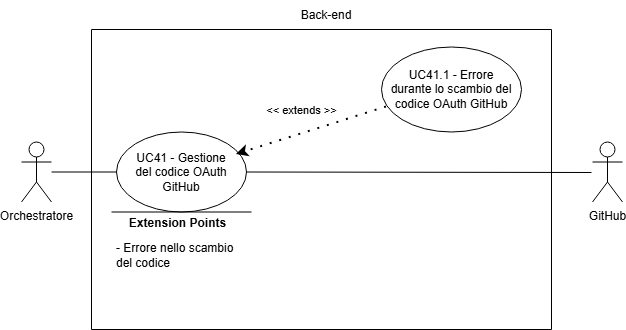
Before: assets/diagrams/UC41.png, a diagram exported from draw.io (SkarabGroup/DocumentazioneProgetto). Source tidied: cells renumbered, new cells last; positions are measured from the earlier drawing's top-left corner, leaving out a move shared by most shapes.
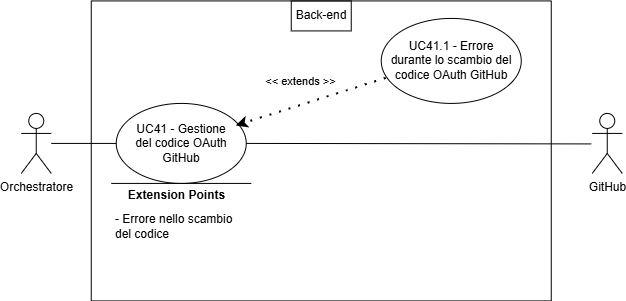
After the commit.

Diff of the diagram source:
```diff
@@ -5,40 +5,40 @@
     <mxCell id="2" value="Orchestratore" style="shape=umlActor;verticalLabelPosition=bottom;verticalAlign=top;html=1;outlineConnect=0;align=center;" parent="1" vertex="1">
       <mxGeometry y="141.5" width="30" height="60" as="geometry" />
     </mxCell>
-    <mxCell id="3" style="swimlane;startSize=0;" parent="1" vertex="1">
-      <mxGeometry x="70" y="29" width="460" height="300" as="geometry" />
-    </mxCell>
+    <mxCell id="16" style="swimlane;startSize=0;" parent="1" vertex="1">
+      <mxGeometry x="70" y="29" width="460" height="300" as="geometry" />
+    </mxCell>
-    <mxCell id="4" style="ellipse;whiteSpace=wrap;html=1;" parent="3" vertex="1">
+    <mxCell id="4" style="ellipse;whiteSpace=wrap;html=1;" parent="16" vertex="1">
       <mxGeometry x="25" y="102.5" width="130" height="80" as="geometry" />
     </mxCell>
-    <mxCell id="5" style="ellipse;whiteSpace=wrap;html=1;" parent="3" vertex="1">
+    <mxCell id="5" style="ellipse;whiteSpace=wrap;html=1;" parent="16" vertex="1">
       <mxGeometry x="290" y="17.5" width="140" height="85" as="geometry" />
     </mxCell>
-    <mxCell id="6" style="endArrow=none;html=1;rounded=0;" parent="3" edge="1">
-      <mxGeometry relative="1" as="geometry">
-        <mxPoint x="20" y="182.5" as="sourcePoint" />
-        <mxPoint x="160" y="182.5" as="targetPoint" />
-      </mxGeometry>
-    </mxCell>
+    <mxCell id="17" style="endArrow=none;html=1;rounded=0;" parent="16" edge="1">
+      <mxGeometry relative="1" as="geometry">
+        <mxPoint x="20" y="182.5" as="sourcePoint" />
+        <mxPoint x="160" y="182.5" as="targetPoint" />
+      </mxGeometry>
+    </mxCell>
-    <mxCell id="7" value="&lt;b&gt;&lt;font style=&quot;font-size: 12px;&quot;&gt;Extension Points&lt;/font&gt;&lt;/b&gt;" style="edgeLabel;html=1;align=center;verticalAlign=middle;" parent="6" vertex="1">
+    <mxCell id="7" value="&lt;b&gt;&lt;font style=&quot;font-size: 12px;&quot;&gt;Extension Points&lt;/font&gt;&lt;/b&gt;" style="edgeLabel;html=1;align=center;verticalAlign=middle;" parent="17" vertex="1">
       <mxGeometry x="0.65" relative="1" as="geometry">
         <mxPoint x="-50" y="11" as="offset" />
       </mxGeometry>
     </mxCell>
-    <mxCell id="8" value="&lt;font style=&quot;font-size: 12px;&quot;&gt;- Errore nello scambio del codice&lt;/font&gt;" style="text;html=1;align=left;verticalAlign=middle;whiteSpace=wrap;rounded=0;" parent="3" vertex="1">
+    <mxCell id="8" value="&lt;font style=&quot;font-size: 12px;&quot;&gt;- Errore nello scambio del codice&lt;/font&gt;" style="text;html=1;align=left;verticalAlign=middle;whiteSpace=wrap;rounded=0;" parent="16" vertex="1">
       <mxGeometry x="22.5" y="210.5" width="137.5" height="30" as="geometry" />
     </mxCell>
-    <mxCell id="9" value="&lt;div style=&quot;&quot;&gt;&lt;span style=&quot;background-color: transparent; color: light-dark(rgb(0, 0, 0), rgb(255, 255, 255));&quot;&gt;UC41 - Gestione del codice OAuth GitHub&lt;/span&gt;&lt;/div&gt;" style="text;html=1;align=center;verticalAlign=middle;whiteSpace=wrap;rounded=0;" parent="3" vertex="1">
+    <mxCell id="9" value="&lt;div style=&quot;&quot;&gt;&lt;span style=&quot;background-color: transparent; color: light-dark(rgb(0, 0, 0), rgb(255, 255, 255));&quot;&gt;UC41 - Gestione del codice OAuth GitHub&lt;/span&gt;&lt;/div&gt;" style="text;html=1;align=center;verticalAlign=middle;whiteSpace=wrap;rounded=0;" parent="16" vertex="1">
       <mxGeometry x="35" y="107.5" width="110" height="70" as="geometry" />
     </mxCell>
-    <mxCell id="10" value="UC41.1 - Errore durante lo scambio del codice OAuth GitHub" style="text;html=1;align=center;verticalAlign=middle;whiteSpace=wrap;rounded=0;" parent="3" vertex="1">
+    <mxCell id="10" value="UC41.1 - Errore durante lo scambio del codice OAuth GitHub" style="text;html=1;align=center;verticalAlign=middle;whiteSpace=wrap;rounded=0;" parent="16" vertex="1">
       <mxGeometry x="295" y="25" width="130" height="70" as="geometry" />
     </mxCell>
-    <mxCell id="11" value="&amp;lt;&amp;lt; extends &amp;gt;&amp;gt;" style="endArrow=classic;startArrow=none;endFill=1;startFill=0;html=1;verticalAlign=bottom;dashed=1;labelBackgroundColor=none;rounded=0;dashPattern=1 4;curved=0;endSize=6;strokeWidth=2;exitX=0;exitY=0.75;exitDx=0;exitDy=0;entryX=1;entryY=0.25;entryDx=0;entryDy=0;" parent="3" edge="1" source="10" target="9">
+    <mxCell id="11" value="&amp;lt;&amp;lt; extends &amp;gt;&amp;gt;" style="endArrow=classic;startArrow=none;endFill=1;startFill=0;html=1;verticalAlign=bottom;dashed=1;labelBackgroundColor=none;rounded=0;dashPattern=1 4;curved=0;endSize=6;strokeWidth=2;exitX=0;exitY=0.75;exitDx=0;exitDy=0;entryX=1;entryY=0.25;entryDx=0;entryDy=0;" parent="16" edge="1" source="10" target="9">
       <mxGeometry x="0.08" y="-14" relative="1" as="geometry" />
     </mxCell>
-    <mxCell id="12" value="Back-end" style="text;html=1;align=center;verticalAlign=middle;whiteSpace=wrap;rounded=0;" parent="1" vertex="1">
-      <mxGeometry x="275" width="60" height="30" as="geometry" />
+    <mxCell id="12" value="Back-end" style="text;html=1;align=center;verticalAlign=middle;whiteSpace=wrap;rounded=0;perimeterSpacing=1;strokeColor=default;" parent="16" vertex="1">
+      <mxGeometry x="200" width="60" height="30" as="geometry" />
     </mxCell>
     <mxCell id="13" style="endArrow=none;html=1;rounded=0;entryX=0;entryY=0.5;entryDx=0;entryDy=0;" parent="1" edge="1" source="2" target="4">
       <mxGeometry relative="1" as="geometry" />
@@ -46,10 +46,10 @@
     <mxCell id="14" value="GitHub" style="shape=umlActor;verticalLabelPosition=bottom;verticalAlign=top;html=1;align=center;" parent="1" vertex="1">
       <mxGeometry x="571" y="141.5" width="30" height="60" as="geometry" />
     </mxCell>
-    <mxCell id="15" style="endArrow=none;html=1;rounded=0;exitX=1;exitY=0.5;exitDx=0;exitDy=0;" parent="1" edge="1" source="4">
-      <mxGeometry relative="1" as="geometry">
-        <mxPoint x="570" y="172" as="targetPoint" />
-      </mxGeometry>
-    </mxCell>
+    <mxCell id="18" style="endArrow=none;html=1;rounded=0;exitX=1;exitY=0.5;exitDx=0;exitDy=0;" parent="1" edge="1" source="4">
+      <mxGeometry relative="1" as="geometry">
+        <mxPoint x="570" y="172" as="targetPoint" />
+      </mxGeometry>
+    </mxCell>
   </root>
 </mxGraphModel>
```
